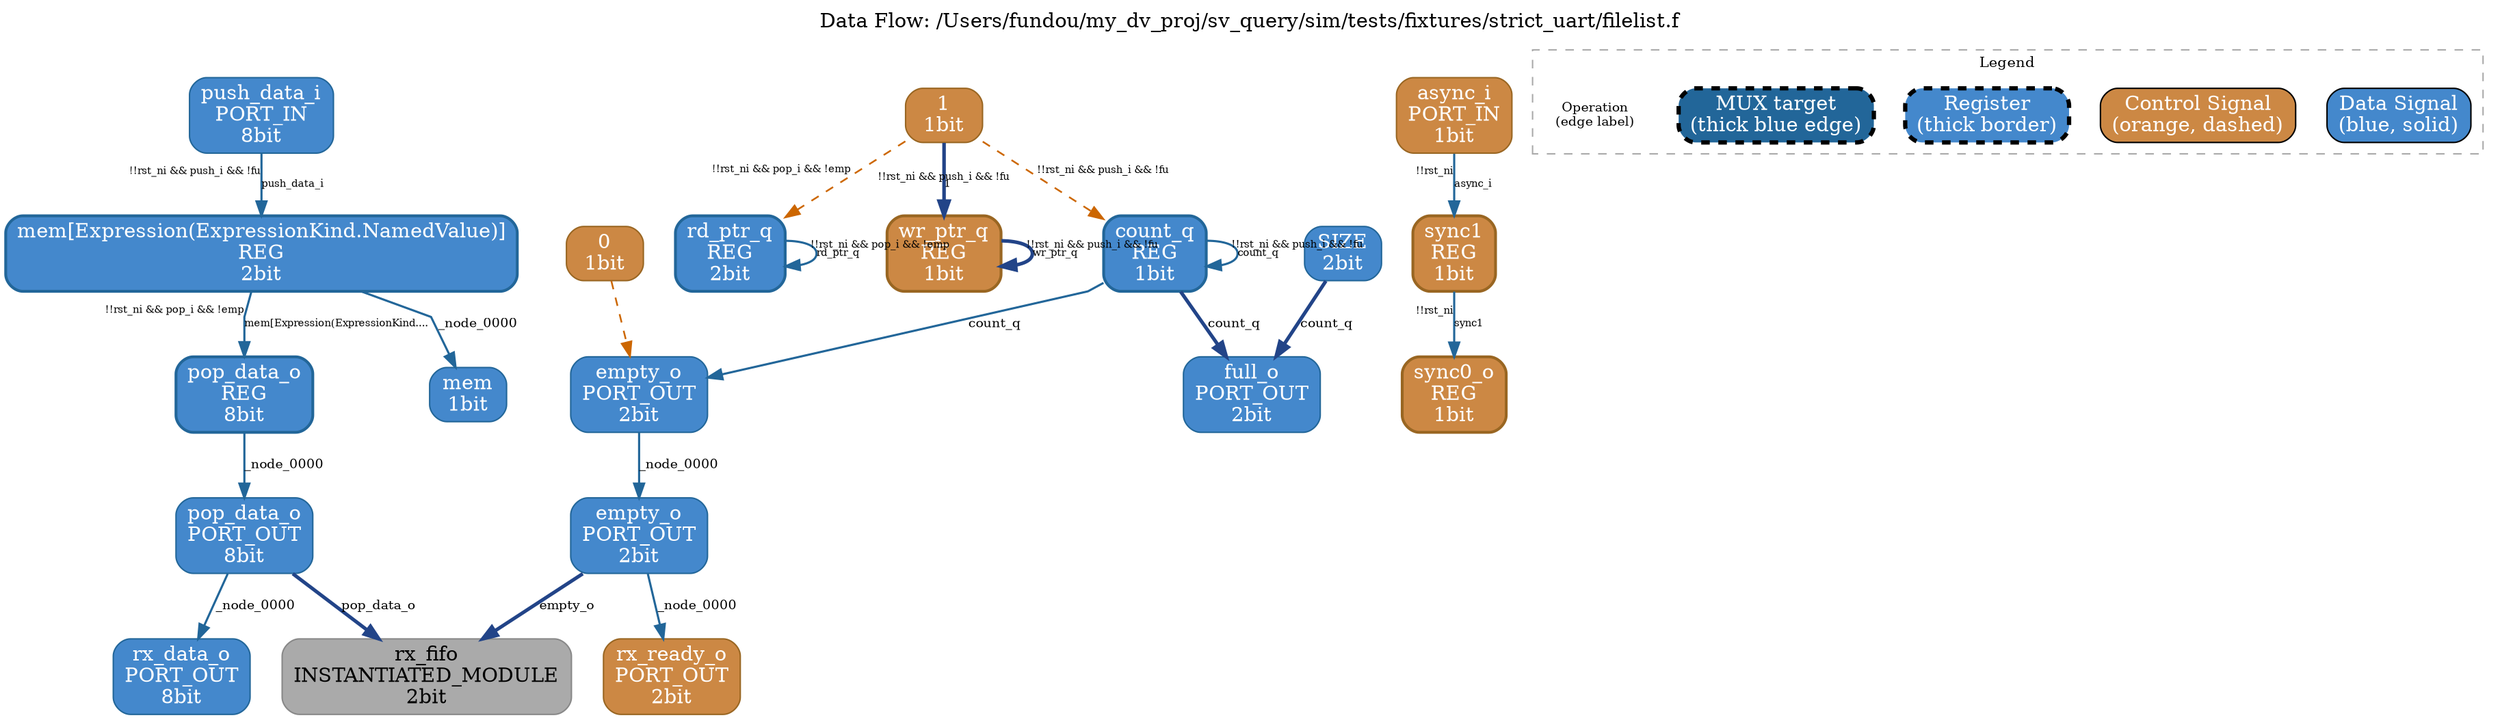
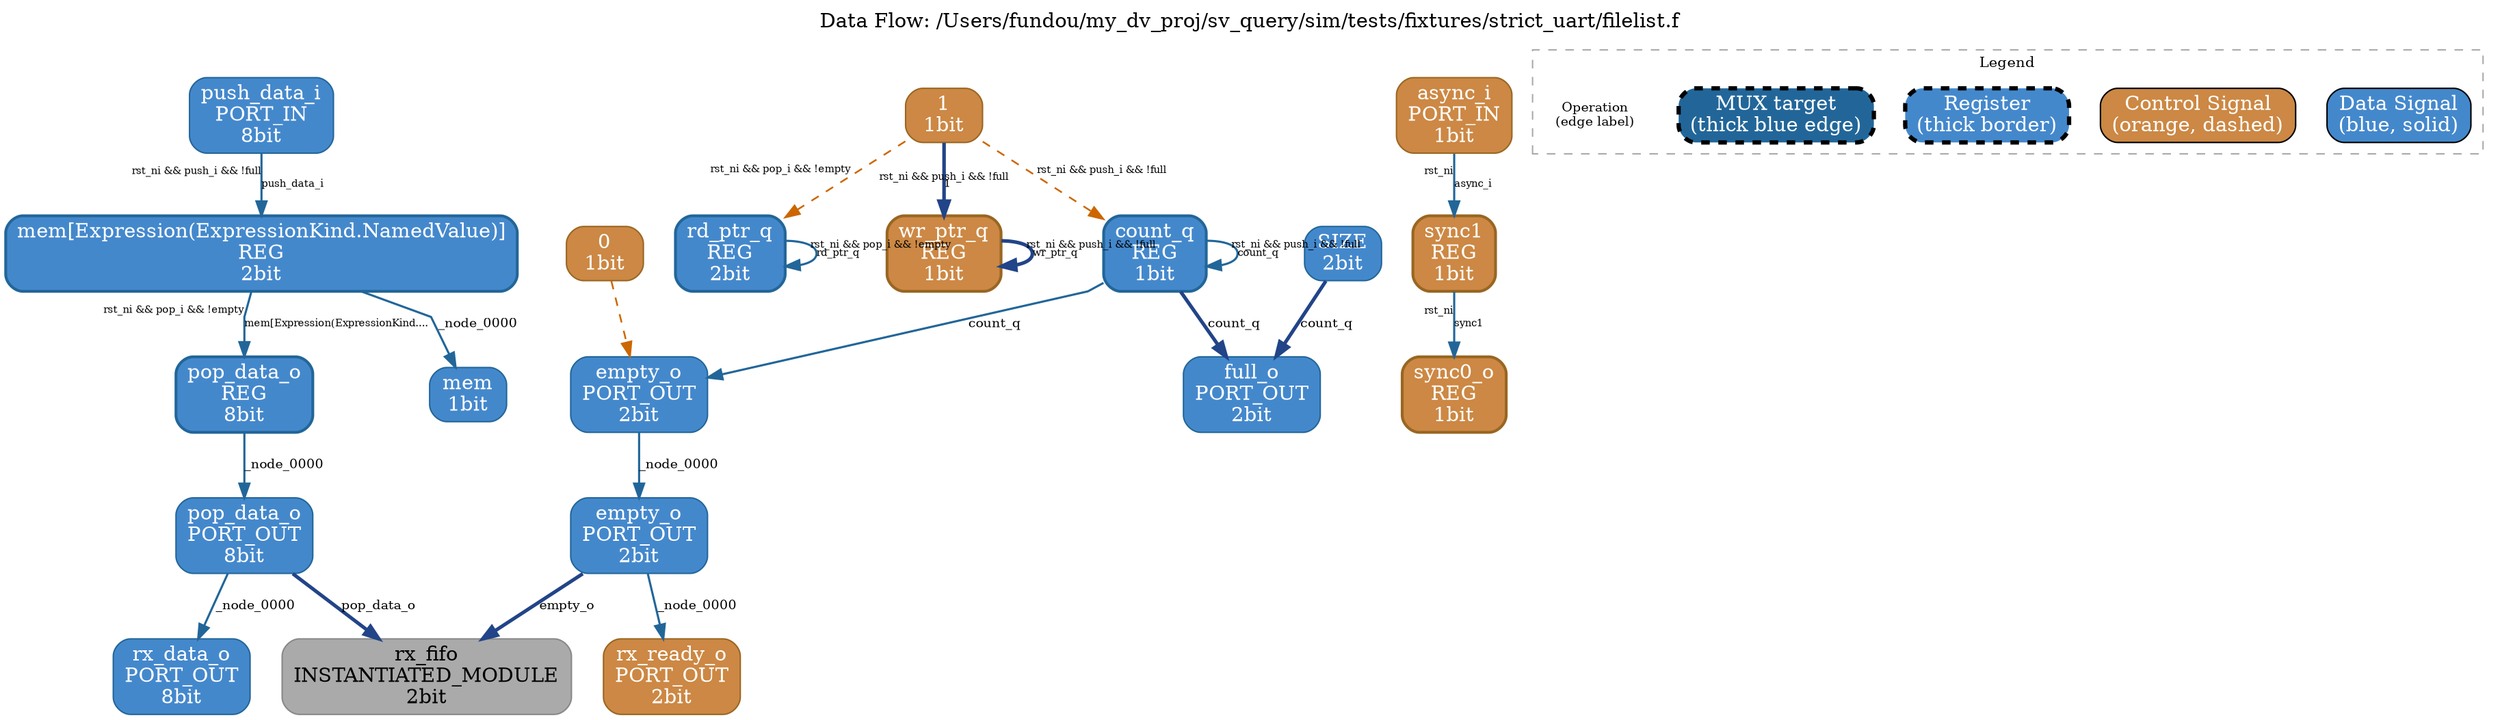
digraph dataflow {
  rankdir=TB;
  label="Data Flow: /Users/fundou/my_dv_proj/sv_query/sim/tests/fixtures/strict_uart/filelist.f";
  labelloc=t;
  fontsize=14;
  ranksep=0.5;
  nodesep=0.3;
  splines=polyline;

  // === Nodes ===
  "0" [label="0\n1bit" shape=box style="rounded,filled" fillcolor="#cc8844" color="#996622" fontcolor="white" penwidth=1];
  "1" [label="1\n1bit" shape=box style="rounded,filled" fillcolor="#cc8844" color="#996622" fontcolor="white" penwidth=1];
  "sync_fifo.SIZE" [label="SIZE\n2bit" shape=box style="rounded,filled" fillcolor="#4488cc" color="#226699" fontcolor="white" penwidth=1];
  "sync_fifo.count_q" [label="count_q\nREG\n1bit" shape=box style="rounded,filled" fillcolor="#4488cc" color="#226699" fontcolor="white" penwidth=2];
  "sync_fifo.empty_o" [label="empty_o\nPORT_OUT\n2bit" shape=box style="rounded,filled" fillcolor="#4488cc" color="#226699" fontcolor="white" penwidth=1];
  "sync_fifo.full_o" [label="full_o\nPORT_OUT\n2bit" shape=box style="rounded,filled" fillcolor="#4488cc" color="#226699" fontcolor="white" penwidth=1];
  "sync_fifo.mem" [label="mem\n1bit" shape=box style="rounded,filled" fillcolor="#4488cc" color="#226699" fontcolor="white" penwidth=1];
  "sync_fifo.mem[Expression(ExpressionKind.NamedValue)]" [label="mem[Expression(ExpressionKind.NamedValue)]\nREG\n2bit" shape=box style="rounded,filled" fillcolor="#4488cc" color="#226699" fontcolor="white" penwidth=2];
  "sync_fifo.pop_data_o" [label="pop_data_o\nREG\n8bit" shape=box style="rounded,filled" fillcolor="#4488cc" color="#226699" fontcolor="white" penwidth=2];
  "sync_fifo.push_data_i" [label="push_data_i\nPORT_IN\n8bit" shape=box style="rounded,filled" fillcolor="#4488cc" color="#226699" fontcolor="white" penwidth=1];
  "sync_fifo.rd_ptr_q" [label="rd_ptr_q\nREG\n2bit" shape=box style="rounded,filled" fillcolor="#4488cc" color="#226699" fontcolor="white" penwidth=2];
  "sync_fifo.wr_ptr_q" [label="wr_ptr_q\nREG\n1bit" shape=box style="rounded,filled" fillcolor="#cc8844" color="#996622" fontcolor="white" penwidth=2];
  "synchronizer.async_i" [label="async_i\nPORT_IN\n1bit" shape=box style="rounded,filled" fillcolor="#cc8844" color="#996622" fontcolor="white" penwidth=1];
  "synchronizer.sync0_o" [label="sync0_o\nREG\n1bit" shape=box style="rounded,filled" fillcolor="#cc8844" color="#996622" fontcolor="white" penwidth=2];
  "synchronizer.sync1" [label="sync1\nREG\n1bit" shape=box style="rounded,filled" fillcolor="#cc8844" color="#996622" fontcolor="white" penwidth=2];
  "uart_top.rx_data_o" [label="rx_data_o\nPORT_OUT\n8bit" shape=box style="rounded,filled" fillcolor="#4488cc" color="#226699" fontcolor="white" penwidth=1];
  "uart_top.rx_fifo" [label="rx_fifo\nINSTANTIATED_MODULE\n2bit" shape=box style="rounded,filled" fillcolor="#aaaaaa" color="#888888" fontcolor="black" penwidth=1];
  "uart_top.rx_fifo.empty_o" [label="empty_o\nPORT_OUT\n2bit" shape=box style="rounded,filled" fillcolor="#4488cc" color="#226699" fontcolor="white" penwidth=1];
  "uart_top.rx_fifo.pop_data_o" [label="pop_data_o\nPORT_OUT\n8bit" shape=box style="rounded,filled" fillcolor="#4488cc" color="#226699" fontcolor="white" penwidth=1];
  "uart_top.rx_ready_o" [label="rx_ready_o\nPORT_OUT\n2bit" shape=box style="rounded,filled" fillcolor="#cc8844" color="#996622" fontcolor="white" penwidth=1];

  // === Data Edges ===
-   "synchronizer.async_i" -> "synchronizer.sync1" [color="#226699", style=solid, penwidth=1.5, label="async_i", fontsize=9, xlabel="!!rst_ni", fontsize=7];
-   "synchronizer.sync1" -> "synchronizer.sync0_o" [color="#226699", style=solid, penwidth=1.5, label="sync1", fontsize=9, xlabel="!!rst_ni", fontsize=7];
-   "sync_fifo.push_data_i" -> "sync_fifo.mem[Expression(ExpressionKind.NamedValue)]" [color="#226699", style=solid, penwidth=1.5, label="push_data_i", fontsize=9, xlabel="!!rst_ni && push_i && !fu", fontsize=7];
+   "synchronizer.async_i" -> "synchronizer.sync1" [color="#226699", style=solid, penwidth=1.5, label="async_i", fontsize=9, xlabel="rst_ni", fontsize=7];
+   "synchronizer.sync1" -> "synchronizer.sync0_o" [color="#226699", style=solid, penwidth=1.5, label="sync1", fontsize=9, xlabel="rst_ni", fontsize=7];
+   "sync_fifo.push_data_i" -> "sync_fifo.mem[Expression(ExpressionKind.NamedValue)]" [color="#226699", style=solid, penwidth=1.5, label="push_data_i", fontsize=9, xlabel="rst_ni && push_i && !full", fontsize=7];
  "sync_fifo.pop_data_o" -> "uart_top.rx_fifo.pop_data_o" [color="#226699", style=solid, penwidth=1.5, label="_node_0000", fontsize=9];
  "sync_fifo.empty_o" -> "uart_top.rx_fifo.empty_o" [color="#226699", style=solid, penwidth=1.5, label="_node_0000", fontsize=9];
  "sync_fifo.count_q" -> "sync_fifo.empty_o" [color="#226699", style=solid, penwidth=1.5, label="count_q", fontsize=9];
  "sync_fifo.count_q" -> "sync_fifo.full_o" [color="#226699", style=solid, penwidth=1.5, label="count_q", fontsize=9, penwidth=2.5, color="#224488"];
-   "sync_fifo.count_q" -> "sync_fifo.count_q" [color="#226699", style=solid, penwidth=1.5, label="count_q", fontsize=9, xlabel="!!rst_ni && push_i && !fu", fontsize=7];
-   "sync_fifo.wr_ptr_q" -> "sync_fifo.wr_ptr_q" [color="#226699", style=solid, penwidth=1.5, label="wr_ptr_q", fontsize=9, xlabel="!!rst_ni && push_i && !fu", fontsize=7, penwidth=2.5, color="#224488"];
+   "sync_fifo.count_q" -> "sync_fifo.count_q" [color="#226699", style=solid, penwidth=1.5, label="count_q", fontsize=9, xlabel="rst_ni && push_i && !full", fontsize=7];
+   "sync_fifo.wr_ptr_q" -> "sync_fifo.wr_ptr_q" [color="#226699", style=solid, penwidth=1.5, label="wr_ptr_q", fontsize=9, xlabel="rst_ni && push_i && !full", fontsize=7, penwidth=2.5, color="#224488"];
  "sync_fifo.SIZE" -> "sync_fifo.full_o" [color="#226699", style=solid, penwidth=1.5, label="count_q", fontsize=9, penwidth=2.5, color="#224488"];
-   "sync_fifo.rd_ptr_q" -> "sync_fifo.rd_ptr_q" [color="#226699", style=solid, penwidth=1.5, label="rd_ptr_q", fontsize=9, xlabel="!!rst_ni && pop_i && !emp", fontsize=7];
-   "sync_fifo.mem[Expression(ExpressionKind.NamedValue)]" -> "sync_fifo.pop_data_o" [color="#226699", style=solid, penwidth=1.5, label="mem[Expression(ExpressionKind....", fontsize=9, xlabel="!!rst_ni && pop_i && !emp", fontsize=7];
+   "sync_fifo.rd_ptr_q" -> "sync_fifo.rd_ptr_q" [color="#226699", style=solid, penwidth=1.5, label="rd_ptr_q", fontsize=9, xlabel="rst_ni && pop_i && !empty", fontsize=7];
+   "sync_fifo.mem[Expression(ExpressionKind.NamedValue)]" -> "sync_fifo.pop_data_o" [color="#226699", style=solid, penwidth=1.5, label="mem[Expression(ExpressionKind....", fontsize=9, xlabel="rst_ni && pop_i && !empty", fontsize=7];
  "sync_fifo.mem[Expression(ExpressionKind.NamedValue)]" -> "sync_fifo.mem" [color="#226699", style=solid, penwidth=1.5, label="_node_0000", fontsize=9];
  "uart_top.rx_fifo.pop_data_o" -> "uart_top.rx_data_o" [color="#226699", style=solid, penwidth=1.5, label="_node_0000", fontsize=9];
  "uart_top.rx_fifo.pop_data_o" -> "uart_top.rx_fifo" [color="#226699", style=solid, penwidth=1.5, label="pop_data_o", fontsize=9, penwidth=2.5, color="#224488"];
  "uart_top.rx_fifo.empty_o" -> "uart_top.rx_ready_o" [color="#226699", style=solid, penwidth=1.5, label="_node_0000", fontsize=9];
  "uart_top.rx_fifo.empty_o" -> "uart_top.rx_fifo" [color="#226699", style=solid, penwidth=1.5, label="empty_o", fontsize=9, penwidth=2.5, color="#224488"];
-   "1" -> "sync_fifo.wr_ptr_q" [color="#226699", style=solid, penwidth=1.5, label="1", fontsize=9, xlabel="!!rst_ni && push_i && !fu", fontsize=7, penwidth=2.5, color="#224488"];
+   "1" -> "sync_fifo.wr_ptr_q" [color="#226699", style=solid, penwidth=1.5, label="1", fontsize=9, xlabel="rst_ni && push_i && !full", fontsize=7, penwidth=2.5, color="#224488"];

  // === Key Control Edges ===
  "0" -> "sync_fifo.empty_o" [color="#CC6600", style=dashed, penwidth=1.2];
-   "1" -> "sync_fifo.rd_ptr_q" [color="#CC6600", style=dashed, penwidth=1.2, xlabel="!!rst_ni && pop_i && !emp", fontsize=7];
-   "1" -> "sync_fifo.count_q" [color="#CC6600", style=dashed, penwidth=1.2, xlabel="!!rst_ni && push_i && !fu", fontsize=7];
+   "1" -> "sync_fifo.rd_ptr_q" [color="#CC6600", style=dashed, penwidth=1.2, xlabel="rst_ni && pop_i && !empty", fontsize=7];
+   "1" -> "sync_fifo.count_q" [color="#CC6600", style=dashed, penwidth=1.2, xlabel="rst_ni && push_i && !full", fontsize=7];

  // === Legend ===
  subgraph cluster_legend {
    label="Legend";
    fontsize=10;
    style=dashed;
    color="#aaaaaa";
    legend_data [label="Data Signal\n(blue, solid)" shape=box style="rounded,filled" fillcolor="#4488cc" fontcolor="white"];
    legend_control [label="Control Signal\n(orange, dashed)" shape=box style="rounded,filled" fillcolor="#cc8844" fontcolor="white"];
    legend_reg [label="Register\n(thick border)" shape=box style="rounded,filled,dashed" fillcolor="#4488cc" fontcolor="white" penwidth=3];
    legend_mux [label="MUX target\n(thick blue edge)" shape=box style="rounded,filled,dashed" fillcolor="#226699" fontcolor="white" penwidth=3];
    legend_op [label="Operation\n(edge label)" shape=none fontsize=9];
  }
}